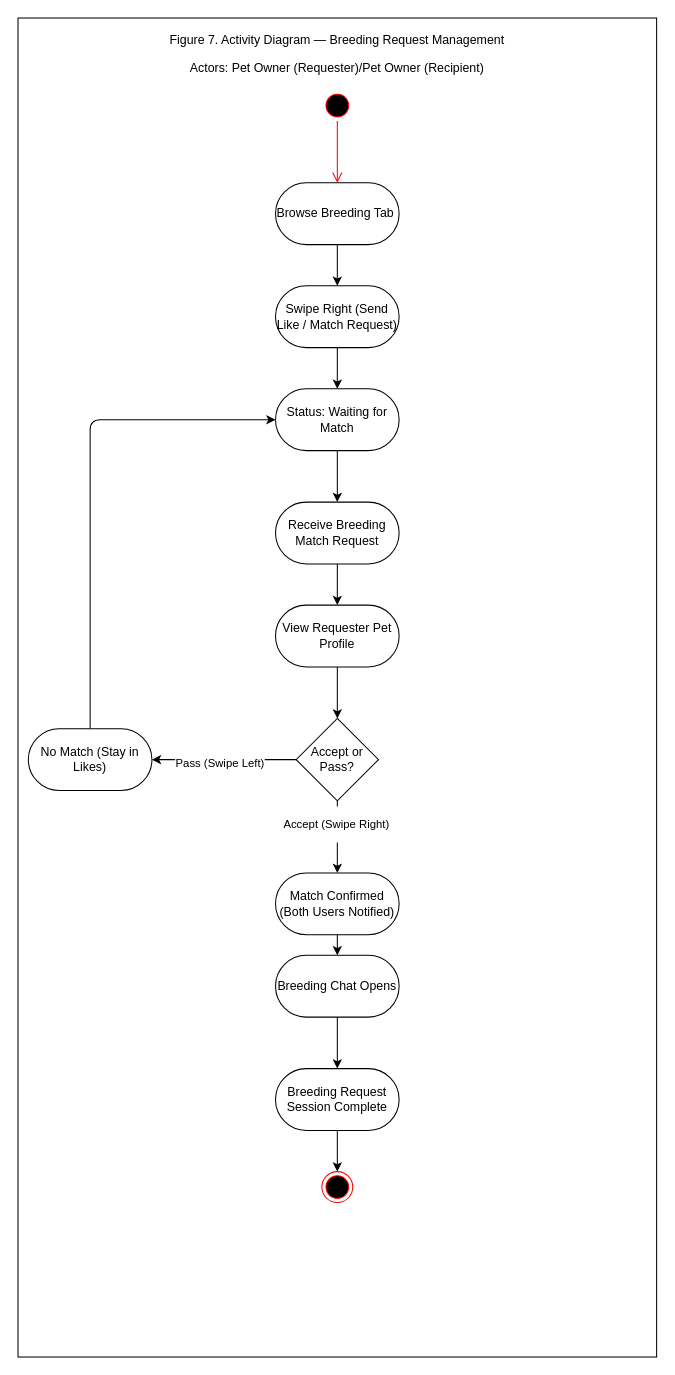
Chels013/Breedr-Diagrams keeps this draw.io diagram as ActivityDiagram_Figure7_USALLA.drawio. Above is the earlier version. Source tidied: cells renumbered, new cells numbered last; positions are measured from the earlier drawing's top-left corner, leaving out a move shared by most shapes. Both pictures are drawn from the tidied source at 103%, with x=0, y=0 at pixel (18, 18).
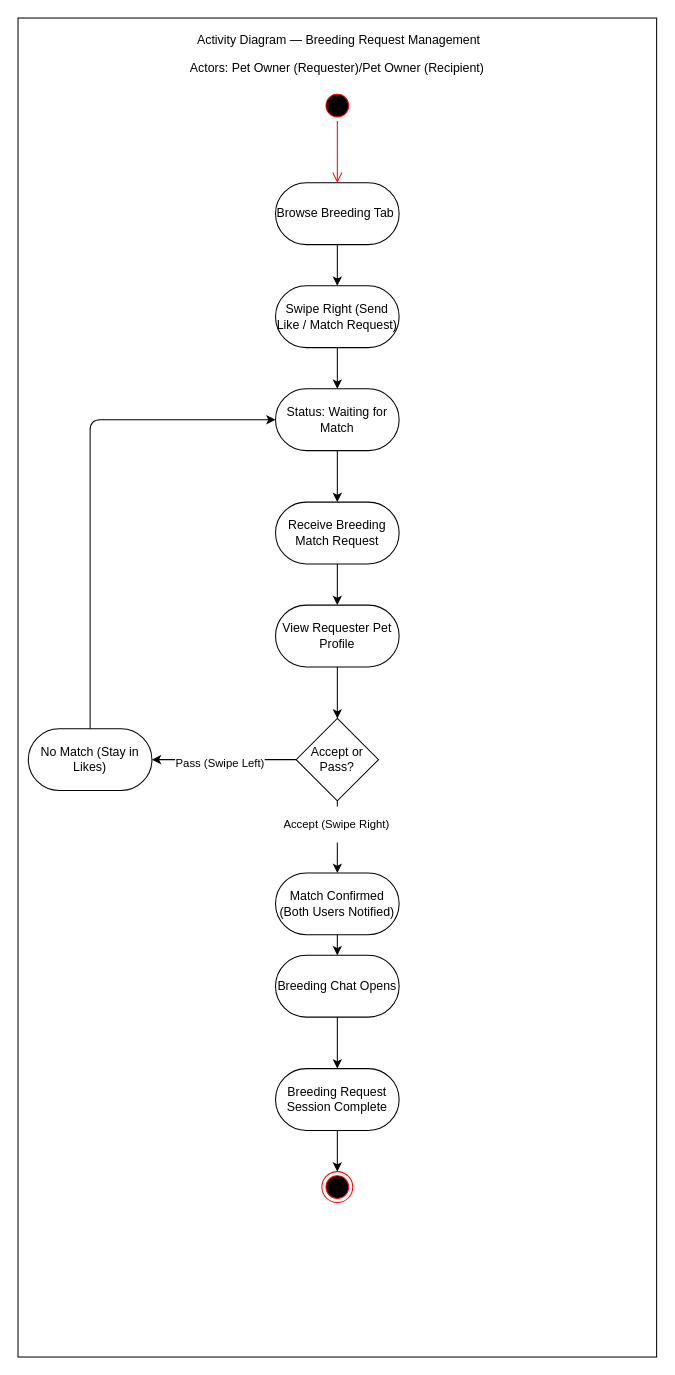
Above is the later version.

Commit message (it also covers changes not shown here):
Rename Activity Diagrams

What changed in the source:
```diff
@@
-    <mxCell id="4" value="&lt;p&gt;Figure 7. Activity Diagram — Breeding Request Management&lt;/p&gt;&lt;p&gt;Actors: Pet Owner (Requester)/Pet Owner (Recipient)&lt;/p&gt;" style="text;html=1;align=center;verticalAlign=middle;whiteSpace=wrap;rounded=0;" parent="1" vertex="1">
+    <mxCell id="4" value="&lt;p&gt;&amp;nbsp;Activity Diagram — Breeding Request Management&lt;/p&gt;&lt;p&gt;Actors: Pet Owner (Requester)/Pet Owner (Recipient)&lt;/p&gt;" style="text;html=1;align=center;verticalAlign=middle;whiteSpace=wrap;rounded=0;" parent="1" vertex="1">
       <mxGeometry x="100" y="20" width="420" height="30" as="geometry" />
     </mxCell>
```
